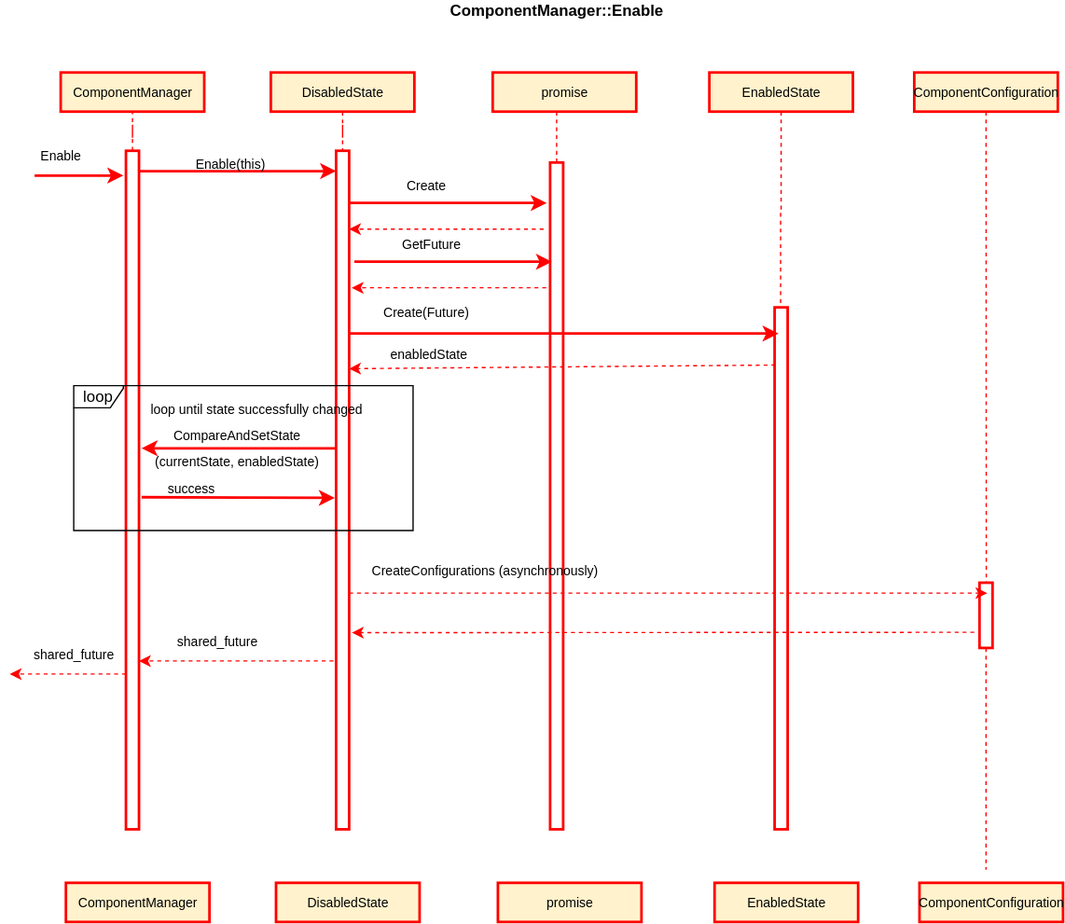
Before: text/0003-declarative-services/ComponentManagerEnable.svg, a diagram exported from draw.io (CppMicroServices/rfcs). Source tidied: cells renumbered, new cells last; positions are measured from the earlier drawing's top-left corner, leaving out a move shared by most shapes. The source it was exported from:
```xml
<mxGraphModel>
  <root>
    <mxCell id="0" />
    <mxCell id="1" parent="0" />
    <mxCell id="2" style="html=1;points=[];perimeter=orthogonalPerimeter;strokeWidth=2;strokeColor=#FF0000;" parent="1" vertex="1">
      <mxGeometry x="250" y="115" width="10" height="520" as="geometry" />
    </mxCell>
    <mxCell id="3" style="edgeStyle=orthogonalEdgeStyle;rounded=0;jettySize=auto;html=1;dashed=1;endArrow=none;endFill=0;strokeColor=#FF0000;strokeWidth=1;" parent="1" edge="1" source="4" target="2">
      <mxGeometry relative="1" as="geometry" />
    </mxCell>
    <mxCell id="4" value="&lt;span style=&quot;font-size: 10px&quot;&gt;DisabledState&lt;/span&gt;" style="html=1;strokeWidth=2;fillColor=#fff2cc;strokeColor=#FF0000;" parent="1" vertex="1">
      <mxGeometry x="200" y="55" width="110" height="30" as="geometry" />
    </mxCell>
    <mxCell id="5" value="&lt;font style=&quot;font-size: 12px&quot;&gt;&lt;b&gt;ComponentManager::Enable&lt;br&gt;&lt;br&gt;&lt;/b&gt;&lt;/font&gt;" style="text;html=1;align=center;verticalAlign=middle;fontSize=10;" parent="1" vertex="1">
      <mxGeometry x="329" width="180" height="30" as="geometry" />
    </mxCell>
    <mxCell id="6" value="&lt;font style=&quot;font-size: 10px&quot;&gt;promise&lt;/font&gt;" style="html=1;strokeWidth=2;fontSize=10;fillColor=#fff2cc;strokeColor=#FF0000;" parent="1" vertex="1">
      <mxGeometry x="370" y="55" width="110" height="30" as="geometry" />
    </mxCell>
    <mxCell id="7" style="rounded=0;orthogonalLoop=1;jettySize=auto;html=1;dashed=1;endArrow=none;endFill=0;strokeWidth=1;strokeColor=#FF0000;" parent="1" edge="1">
      <mxGeometry relative="1" as="geometry">
        <mxPoint x="419" y="85" as="sourcePoint" />
        <mxPoint x="419" y="125" as="targetPoint" />
      </mxGeometry>
    </mxCell>
    <mxCell id="8" style="edgeStyle=orthogonalEdgeStyle;rounded=0;jettySize=auto;html=1;entryX=0.46;entryY=-0.006;entryDx=0;entryDy=0;entryPerimeter=0;endArrow=none;endFill=0;strokeColor=#FF0000;strokeWidth=1;dashed=1;" parent="1" edge="1" source="9" target="16">
      <mxGeometry relative="1" as="geometry" />
    </mxCell>
    <mxCell id="9" value="&lt;font style=&quot;font-size: 10px&quot;&gt;EnabledState&lt;/font&gt;" style="html=1;strokeWidth=2;fontSize=10;fillColor=#fff2cc;strokeColor=#FF0000;" parent="1" vertex="1">
      <mxGeometry x="536" y="55" width="110" height="30" as="geometry" />
    </mxCell>
    <mxCell id="10" style="edgeStyle=none;rounded=0;jettySize=auto;html=1;dashed=1;startArrow=none;startFill=0;endArrow=none;endFill=0;strokeWidth=1;fontSize=10;entryX=0.52;entryY=-0.007;entryDx=0;entryDy=0;entryPerimeter=0;strokeColor=#FF0000;" parent="1" edge="1" source="11" target="18">
      <mxGeometry relative="1" as="geometry" />
    </mxCell>
    <mxCell id="11" value="&lt;font style=&quot;font-size: 10px&quot;&gt;ComponentConfiguration&lt;/font&gt;" style="html=1;strokeWidth=2;fontSize=10;fillColor=#fff2cc;strokeColor=#FF0000;" parent="1" vertex="1">
      <mxGeometry x="693" y="55" width="110" height="30" as="geometry" />
    </mxCell>
    <mxCell id="12" value="&lt;span style=&quot;font-size: 10px&quot;&gt;ComponentManager&lt;/span&gt;" style="html=1;strokeWidth=2;fillColor=#fff2cc;strokeColor=#FF0000;" parent="1" vertex="1">
      <mxGeometry x="39" y="55" width="110" height="30" as="geometry" />
    </mxCell>
    <mxCell id="13" style="edgeStyle=orthogonalEdgeStyle;rounded=0;jettySize=auto;html=1;strokeColor=#FF0000;strokeWidth=1;endArrow=none;endFill=0;dashed=1;" parent="1" edge="1" source="14" target="12">
      <mxGeometry relative="1" as="geometry" />
    </mxCell>
    <mxCell id="14" style="html=1;points=[];perimeter=orthogonalPerimeter;strokeWidth=2;strokeColor=#FF0000;" parent="1" vertex="1">
      <mxGeometry x="89" y="115" width="10" height="520" as="geometry" />
    </mxCell>
    <mxCell id="15" style="html=1;perimeter=orthogonalPerimeter;strokeWidth=2;strokeColor=#FF0000;" parent="1" vertex="1">
      <mxGeometry x="414" y="124" width="10" height="511" as="geometry" />
    </mxCell>
    <mxCell id="16" style="html=1;points=[];perimeter=orthogonalPerimeter;strokeWidth=2;strokeColor=#FF0000;" parent="1" vertex="1">
      <mxGeometry x="586" y="235" width="10" height="400" as="geometry" />
    </mxCell>
    <mxCell id="17" style="edgeStyle=orthogonalEdgeStyle;rounded=0;jettySize=auto;html=1;dashed=1;endArrow=none;endFill=0;strokeColor=#FF0000;strokeWidth=1;" parent="1" edge="1" source="18">
      <mxGeometry relative="1" as="geometry">
        <mxPoint x="748" y="666" as="targetPoint" />
      </mxGeometry>
    </mxCell>
    <mxCell id="18" style="html=1;points=[];perimeter=orthogonalPerimeter;strokeWidth=2;strokeColor=#FF0000;" parent="1" vertex="1">
      <mxGeometry x="743" y="446" width="10" height="50" as="geometry" />
    </mxCell>
    <mxCell id="19" style="endArrow=classic;html=1;strokeWidth=2;strokeColor=#FF0000;" parent="1" edge="1">
      <mxGeometry relative="1" as="geometry">
        <mxPoint x="19" y="134" as="sourcePoint" />
        <mxPoint x="87" y="134" as="targetPoint" />
      </mxGeometry>
    </mxCell>
    <mxCell id="20" value="&lt;font style=&quot;font-size: 10px&quot;&gt;Enable&lt;br&gt;&lt;/font&gt;" style="text;html=1;align=center;verticalAlign=middle;" parent="1" vertex="1">
      <mxGeometry x="14" y="109" width="50" height="20" as="geometry" />
    </mxCell>
    <mxCell id="21" style="endArrow=classic;html=1;strokeColor=#FF0000;strokeWidth=2;exitX=0.96;exitY=0.03;exitDx=0;exitDy=0;exitPerimeter=0;" parent="1" edge="1" source="14" target="2">
      <mxGeometry relative="1" as="geometry" />
    </mxCell>
    <mxCell id="22" value="&lt;font style=&quot;font-size: 10px&quot;&gt;Enable(this)&lt;/font&gt;" style="text;html=1;align=center;verticalAlign=middle;" parent="1" vertex="1">
      <mxGeometry x="134" y="115" width="70" height="20" as="geometry" />
    </mxCell>
    <mxCell id="23" style="endArrow=classic;html=1;strokeColor=#FF0000;strokeWidth=2;exitX=0.96;exitY=0.03;exitDx=0;exitDy=0;exitPerimeter=0;" parent="1" edge="1">
      <mxGeometry relative="1" as="geometry">
        <mxPoint x="260" y="155" as="sourcePoint" />
        <mxPoint x="411.4" y="155" as="targetPoint" />
      </mxGeometry>
    </mxCell>
    <mxCell id="24" value="&lt;font style=&quot;font-size: 10px&quot;&gt;Create&lt;/font&gt;" style="text;html=1;align=center;verticalAlign=middle;" parent="1" vertex="1">
      <mxGeometry x="294" y="132" width="50" height="20" as="geometry" />
    </mxCell>
    <mxCell id="25" style="endArrow=classic;html=1;strokeColor=#FF0000;strokeWidth=1;dashed=1;" parent="1" edge="1">
      <mxGeometry relative="1" as="geometry">
        <mxPoint x="409" y="175" as="sourcePoint" />
        <mxPoint x="260" y="175" as="targetPoint" />
      </mxGeometry>
    </mxCell>
    <mxCell id="26" style="endArrow=classic;html=1;strokeColor=#FF0000;strokeWidth=2;exitX=0.96;exitY=0.03;exitDx=0;exitDy=0;exitPerimeter=0;" parent="1" edge="1">
      <mxGeometry relative="1" as="geometry">
        <mxPoint x="264" y="200" as="sourcePoint" />
        <mxPoint x="415.4" y="200" as="targetPoint" />
      </mxGeometry>
    </mxCell>
    <mxCell id="27" value="&lt;font style=&quot;font-size: 10px&quot;&gt;GetFuture&lt;/font&gt;" style="text;html=1;align=center;verticalAlign=middle;" parent="1" vertex="1">
      <mxGeometry x="293" y="177" width="60" height="20" as="geometry" />
    </mxCell>
    <mxCell id="28" style="endArrow=classic;html=1;strokeColor=#FF0000;strokeWidth=1;dashed=1;" parent="1" edge="1">
      <mxGeometry relative="1" as="geometry">
        <mxPoint x="411" y="220" as="sourcePoint" />
        <mxPoint x="262" y="220" as="targetPoint" />
      </mxGeometry>
    </mxCell>
    <mxCell id="29" style="endArrow=classic;html=1;strokeColor=#FF0000;strokeWidth=2;exitX=0.96;exitY=0.03;exitDx=0;exitDy=0;exitPerimeter=0;" parent="1" edge="1">
      <mxGeometry relative="1" as="geometry">
        <mxPoint x="259.6" y="255" as="sourcePoint" />
        <mxPoint x="589" y="255" as="targetPoint" />
      </mxGeometry>
    </mxCell>
    <mxCell id="30" value="&lt;font style=&quot;font-size: 10px&quot;&gt;Create(Future)&lt;/font&gt;" style="text;html=1;align=center;verticalAlign=middle;" parent="1" vertex="1">
      <mxGeometry x="279" y="229" width="80" height="20" as="geometry" />
    </mxCell>
    <mxCell id="31" style="endArrow=classic;html=1;strokeColor=#FF0000;strokeWidth=1;dashed=1;exitX=0.06;exitY=0.118;exitDx=0;exitDy=0;exitPerimeter=0;" parent="1" edge="1">
      <mxGeometry relative="1" as="geometry">
        <mxPoint x="586.6" y="279.2" as="sourcePoint" />
        <mxPoint x="260" y="282" as="targetPoint" />
      </mxGeometry>
    </mxCell>
    <mxCell id="32" value="&lt;font style=&quot;font-size: 10px&quot;&gt;enabledState&lt;/font&gt;" style="text;html=1;align=center;verticalAlign=middle;" parent="1" vertex="1">
      <mxGeometry x="286" y="261" width="70" height="20" as="geometry" />
    </mxCell>
    <mxCell id="33" style="endArrow=classic;html=1;strokeColor=#FF0000;strokeWidth=2;" parent="1" edge="1">
      <mxGeometry relative="1" as="geometry">
        <mxPoint x="250" y="343" as="sourcePoint" />
        <mxPoint x="101" y="343" as="targetPoint" />
      </mxGeometry>
    </mxCell>
    <mxCell id="34" value="&lt;font style=&quot;font-size: 10px&quot;&gt;CompareAndSetState&lt;br&gt;&lt;/font&gt;" style="text;html=1;align=center;verticalAlign=middle;" parent="1" vertex="1">
      <mxGeometry x="119" y="323" width="110" height="20" as="geometry" />
    </mxCell>
    <mxCell id="35" value="&lt;font style=&quot;font-size: 10px&quot;&gt;(currentState, enabledState)&lt;br&gt;&lt;/font&gt;" style="text;html=1;align=center;verticalAlign=middle;" parent="1" vertex="1">
      <mxGeometry x="104" y="343" width="140" height="20" as="geometry" />
    </mxCell>
    <mxCell id="36" style="endArrow=classic;html=1;strokeColor=#FF0000;strokeWidth=1;exitX=0.96;exitY=0.03;exitDx=0;exitDy=0;exitPerimeter=0;dashed=1;" parent="1" edge="1">
      <mxGeometry relative="1" as="geometry">
        <mxPoint x="260" y="454" as="sourcePoint" />
        <mxPoint x="749" y="454" as="targetPoint" />
      </mxGeometry>
    </mxCell>
    <mxCell id="37" style="endArrow=classic;html=1;strokeColor=#FF0000;strokeWidth=2;exitX=1.2;exitY=0.329;exitDx=0;exitDy=0;exitPerimeter=0;" parent="1" edge="1">
      <mxGeometry relative="1" as="geometry">
        <mxPoint x="101" y="380.5" as="sourcePoint" />
        <mxPoint x="249" y="381" as="targetPoint" />
      </mxGeometry>
    </mxCell>
    <mxCell id="38" value="&lt;font style=&quot;font-size: 10px&quot;&gt;success&lt;/font&gt;" style="text;html=1;align=center;verticalAlign=middle;" parent="1" vertex="1">
      <mxGeometry x="114" y="364" width="50" height="20" as="geometry" />
    </mxCell>
    <mxCell id="39" value="&lt;font style=&quot;font-size: 10px&quot;&gt;CreateConfigurations (asynchronously)&lt;/font&gt;" style="text;html=1;align=center;verticalAlign=middle;" parent="1" vertex="1">
      <mxGeometry x="269" y="427" width="190" height="20" as="geometry" />
    </mxCell>
    <mxCell id="40" style="endArrow=classic;html=1;strokeColor=#FF0000;strokeWidth=1;dashed=1;" parent="1" edge="1">
      <mxGeometry relative="1" as="geometry">
        <mxPoint x="739" y="484" as="sourcePoint" />
        <mxPoint x="262.1" y="484.3" as="targetPoint" />
      </mxGeometry>
    </mxCell>
    <mxCell id="41" style="endArrow=classic;html=1;strokeColor=#FF0000;strokeWidth=1;dashed=1;" parent="1" edge="1">
      <mxGeometry relative="1" as="geometry">
        <mxPoint x="248" y="506" as="sourcePoint" />
        <mxPoint x="99" y="506" as="targetPoint" />
      </mxGeometry>
    </mxCell>
    <mxCell id="42" value="&lt;font style=&quot;font-size: 10px&quot;&gt;shared_future&lt;/font&gt;" style="text;html=1;align=center;verticalAlign=middle;" parent="1" vertex="1">
      <mxGeometry x="119" y="481" width="80" height="20" as="geometry" />
    </mxCell>
    <mxCell id="43" style="endArrow=classic;html=1;strokeColor=#FF0000;strokeWidth=1;dashed=1;" parent="1" edge="1">
      <mxGeometry relative="1" as="geometry">
        <mxPoint x="89" y="516" as="sourcePoint" />
        <mxPoint y="516" as="targetPoint" />
      </mxGeometry>
    </mxCell>
    <mxCell id="44" value="&lt;font style=&quot;font-size: 10px&quot;&gt;shared_future&lt;/font&gt;" style="text;html=1;align=center;verticalAlign=middle;" parent="1" vertex="1">
      <mxGeometry x="9" y="491" width="80" height="20" as="geometry" />
    </mxCell>
    <mxCell id="45" value="loop" style="shape=umlFrame;whiteSpace=wrap;html=1;width=38;height=17;" parent="1" vertex="1">
      <mxGeometry x="49" y="295" width="260" height="111" as="geometry" />
    </mxCell>
    <mxCell id="46" value="&lt;span style=&quot;font-size: 10px&quot;&gt;DisabledState&lt;/span&gt;" style="html=1;strokeWidth=2;fillColor=#fff2cc;strokeColor=#FF0000;" parent="1" vertex="1">
      <mxGeometry x="204" y="676" width="110" height="30" as="geometry" />
    </mxCell>
    <mxCell id="47" value="&lt;font style=&quot;font-size: 10px&quot;&gt;promise&lt;/font&gt;" style="html=1;strokeWidth=2;fontSize=10;fillColor=#fff2cc;strokeColor=#FF0000;" parent="1" vertex="1">
      <mxGeometry x="374" y="676" width="110" height="30" as="geometry" />
    </mxCell>
    <mxCell id="48" value="&lt;font style=&quot;font-size: 10px&quot;&gt;EnabledState&lt;/font&gt;" style="html=1;strokeWidth=2;fontSize=10;fillColor=#fff2cc;strokeColor=#FF0000;" parent="1" vertex="1">
      <mxGeometry x="540" y="676" width="110" height="30" as="geometry" />
    </mxCell>
    <mxCell id="49" value="&lt;font style=&quot;font-size: 10px&quot;&gt;ComponentConfiguration&lt;/font&gt;" style="html=1;strokeWidth=2;fontSize=10;fillColor=#fff2cc;strokeColor=#FF0000;" parent="1" vertex="1">
      <mxGeometry x="697" y="676" width="110" height="30" as="geometry" />
    </mxCell>
    <mxCell id="50" value="&lt;span style=&quot;font-size: 10px&quot;&gt;ComponentManager&lt;/span&gt;" style="html=1;strokeWidth=2;fillColor=#fff2cc;strokeColor=#FF0000;" parent="1" vertex="1">
      <mxGeometry x="43" y="676" width="110" height="30" as="geometry" />
    </mxCell>
    <mxCell id="51" value="&lt;font style=&quot;font-size: 10px&quot;&gt;loop until state successfully changed&lt;/font&gt;" style="text;html=1;align=center;verticalAlign=middle;" parent="1" vertex="1">
      <mxGeometry x="99" y="303" width="180" height="20" as="geometry" />
    </mxCell>
  </root>
</mxGraphModel>
```
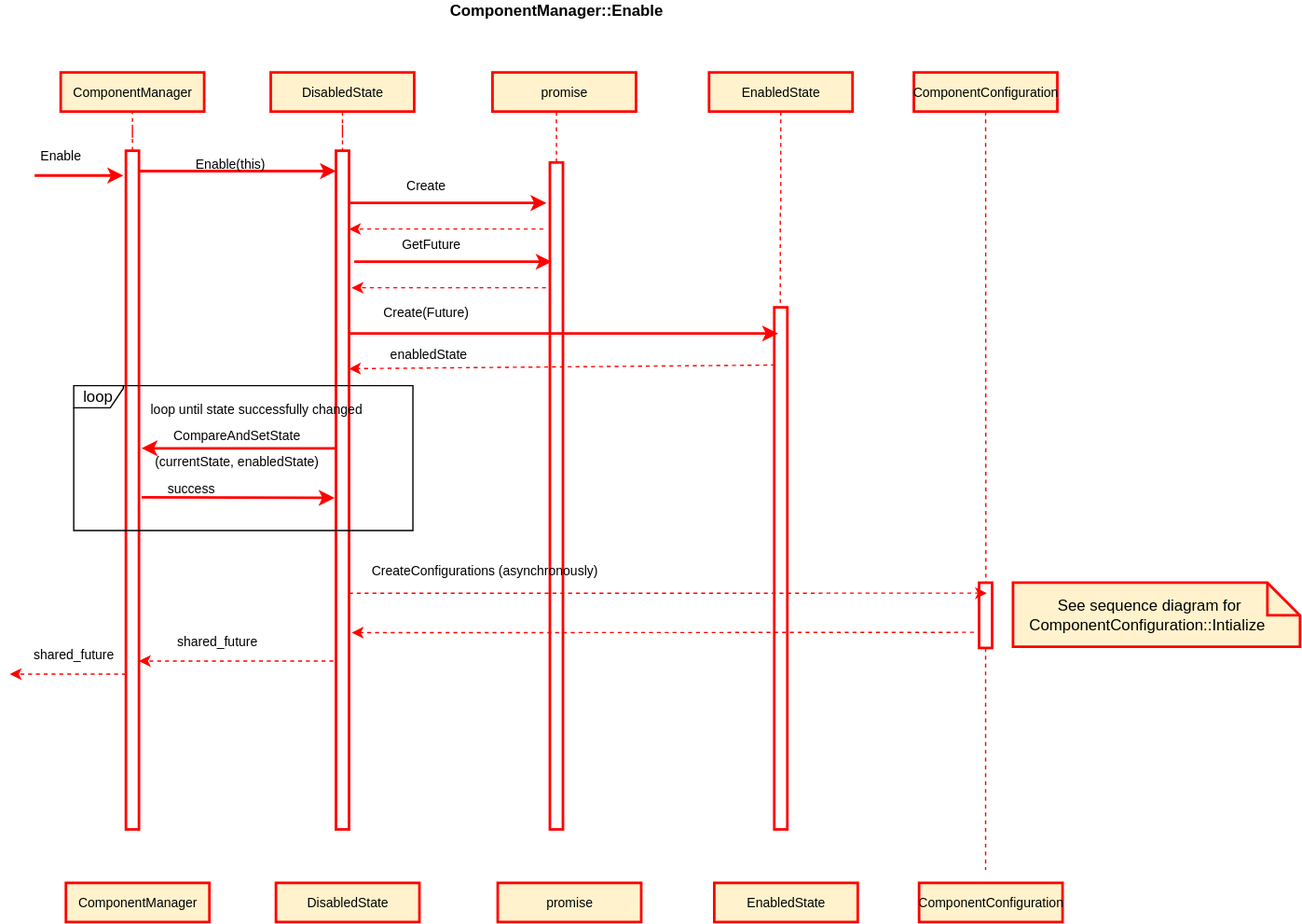
After the change.

Commit message:
Update sequence diagrams for DS RFC

What changed in the source:
```diff
@@ -196,5 +196,11 @@
     <mxCell id="51" value="&lt;font style=&quot;font-size: 10px&quot;&gt;loop until state successfully changed&lt;/font&gt;" style="text;html=1;align=center;verticalAlign=middle;" parent="1" vertex="1">
       <mxGeometry x="99" y="303" width="180" height="20" as="geometry" />
     </mxCell>
+    <mxCell id="52" style="shape=note2;boundedLbl=1;whiteSpace=wrap;html=1;size=25;verticalAlign=top;align=center;strokeWidth=2;fillColor=#fff2cc;strokeColor=#FF0000;" parent="1" vertex="1">
+      <mxGeometry x="769" y="446" width="220" height="49" as="geometry" />
+    </mxCell>
+    <mxCell id="53" value="See sequence diagram for ComponentConfiguration::Intialize&amp;nbsp;" style="text;html=1;strokeColor=none;fillColor=none;align=center;verticalAlign=middle;whiteSpace=wrap;rounded=0;" parent="1" vertex="1">
+      <mxGeometry x="789" y="460.5" width="170" height="20" as="geometry" />
+    </mxCell>
   </root>
 </mxGraphModel>
```
